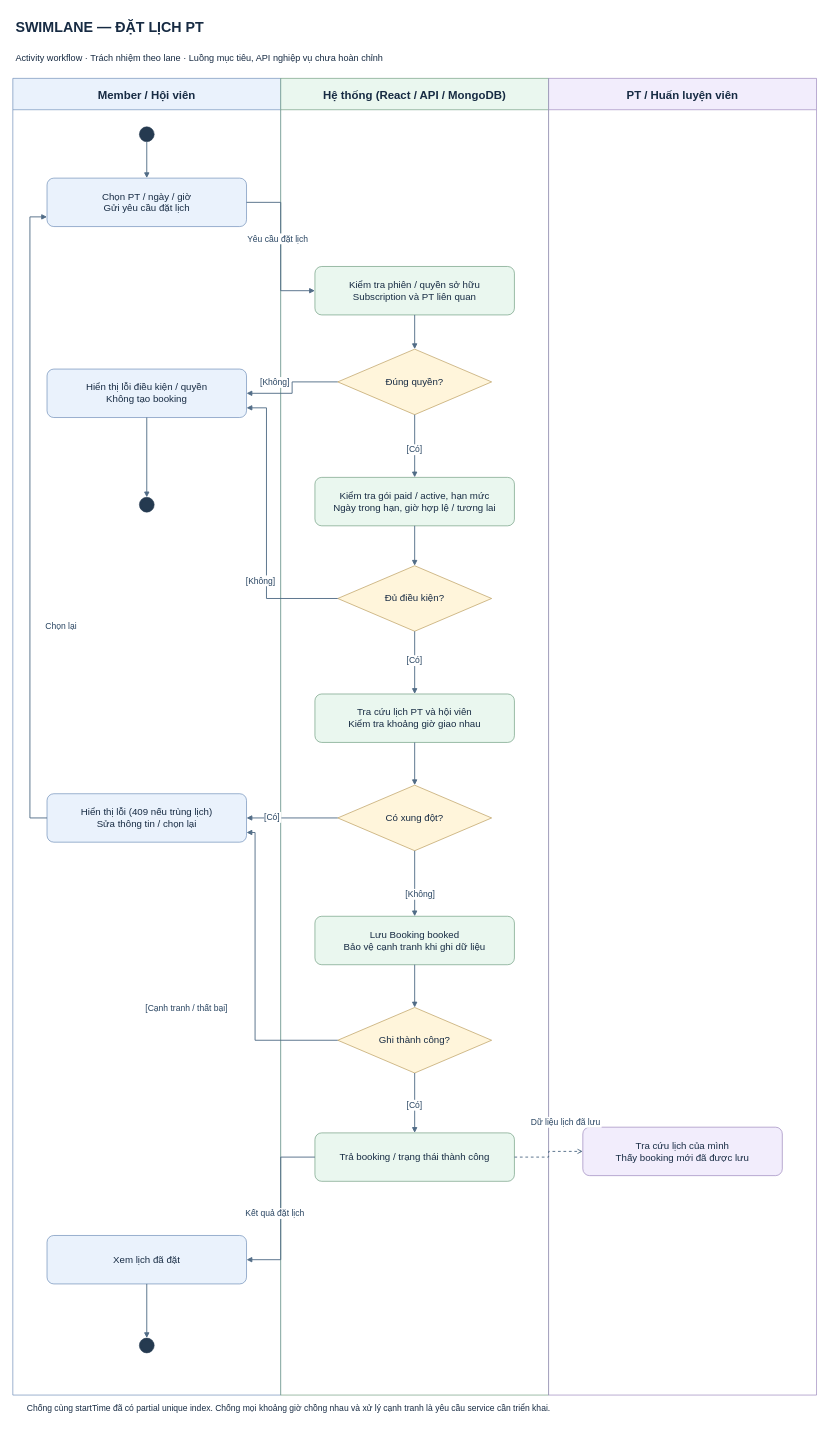
Above: docs/diagram/workflow-booking.drawio in Huy-Haru/ProjectSDN (draw.io), before the change. Source tidied: cells renumbered, new cells numbered last; positions are measured from the earlier drawing's top-left corner, leaving out a move shared by most shapes. Both pictures are drawn from the tidied source at 57%, with x=0, y=0 at pixel (10, 10).
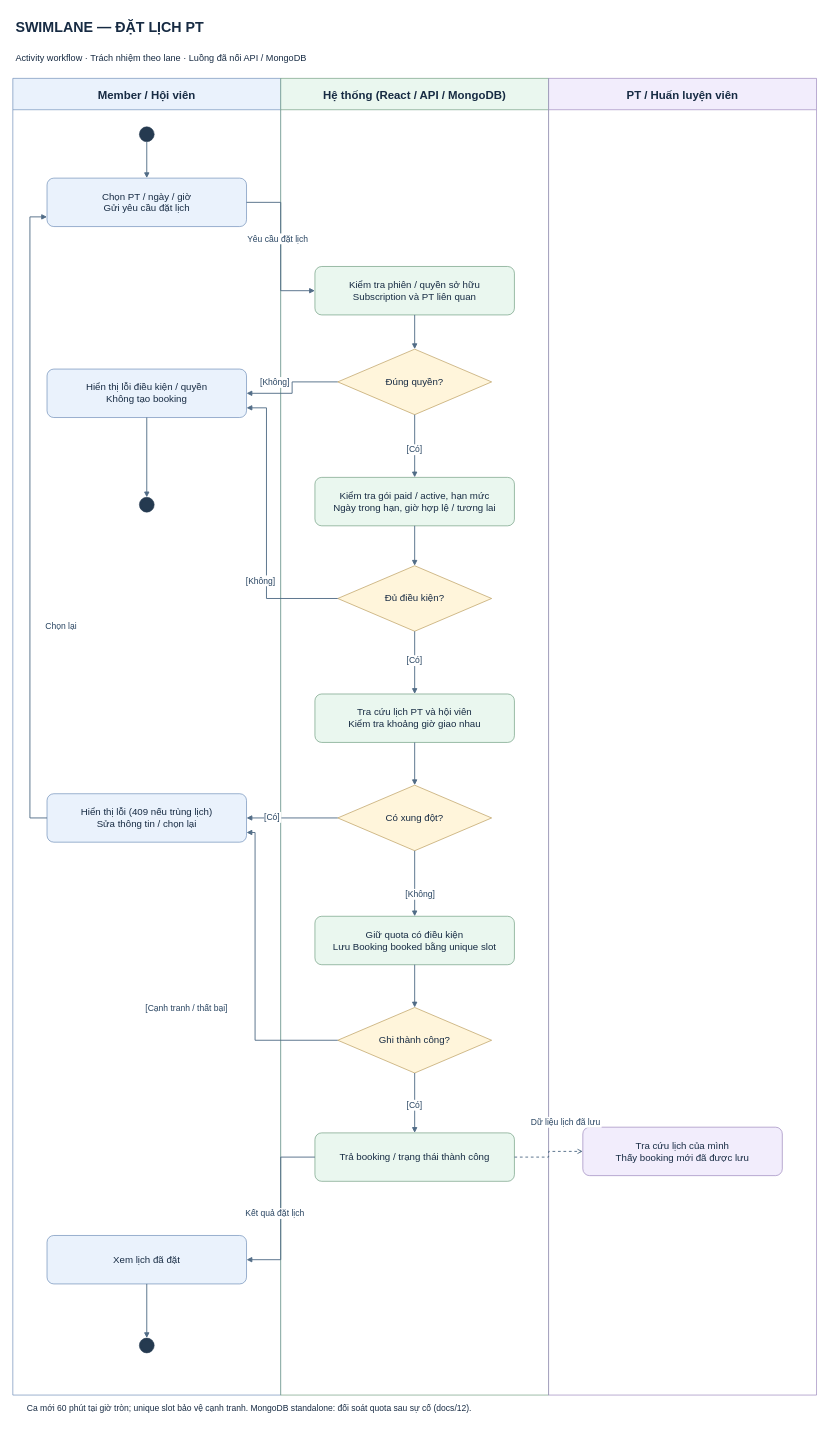
The same page after the edit.

Unchanged cells that the change refers to:
```xml
<mxCell id="5" value="Hệ thống (React / API / MongoDB)" style="html=0;whiteSpace=wrap;fontFamily=Arial;fontSize=17;fontColor=#172b43;strokeColor=#568a69;fillColor=#eaf7ef;spacing=10;shape=swimlane;horizontal=1;startSize=55;swimlaneFillColor=#ffffff;fontStyle=1;fontSize=20;" parent="1" vertex="1">
  <mxGeometry x="475" y="120" width="470" height="2310" as="geometry" />
</mxCell>
```

Diff of the diagram source:
```diff
@@
-    <mxCell id="3" value="Activity workflow · Trách nhiệm theo lane · Luồng mục tiêu, API nghiệp vụ chưa hoàn chỉnh" style="html=0;whiteSpace=wrap;fontFamily=Arial;fontSize=16;fontColor=#172b43;strokeColor=#5479aa;fillColor=#eaf2fc;spacing=10;text;fillColor=none;strokeColor=none;align=left;verticalAlign=top;" parent="1" vertex="1">
+    <mxCell id="3" value="Activity workflow · Trách nhiệm theo lane · Luồng đã nối API / MongoDB" style="html=0;whiteSpace=wrap;fontFamily=Arial;fontSize=16;fontColor=#172b43;strokeColor=#5479aa;fillColor=#eaf2fc;spacing=10;text;fillColor=none;strokeColor=none;align=left;verticalAlign=top;" parent="1" vertex="1">
       <mxGeometry y="60" width="1420" height="45" as="geometry" />
     </mxCell>
@@
-    <mxCell id="18" value="Lưu Booking booked&#10;Bảo vệ cạnh tranh khi ghi dữ liệu" style="html=0;whiteSpace=wrap;fontFamily=Arial;fontSize=17;fontColor=#172b43;strokeColor=#568a69;fillColor=#eaf7ef;spacing=10;rounded=1;arcSize=14;" parent="5" vertex="1">
+    <mxCell id="18" value="Giữ quota có điều kiện&#10;Lưu Booking booked bằng unique slot" style="html=0;whiteSpace=wrap;fontFamily=Arial;fontSize=17;fontColor=#172b43;strokeColor=#568a69;fillColor=#eaf7ef;spacing=10;rounded=1;arcSize=14;" parent="5" vertex="1">
       <mxGeometry x="60" y="1470" width="350" height="85" as="geometry" />
     </mxCell>
@@
-    <mxCell id="24" value="Chống cùng startTime đã có partial unique index. Chống mọi khoảng giờ chồng nhau và xử lý cạnh tranh là yêu cầu service cần triển khai." style="html=0;whiteSpace=wrap;fontFamily=Arial;fontSize=15;fontColor=#172b43;strokeColor=#5479aa;fillColor=#eaf2fc;spacing=10;text;fillColor=none;strokeColor=none;align=left;verticalAlign=top;" parent="1" vertex="1">
+    <mxCell id="24" value="Ca mới 60 phút tại giờ tròn; unique slot bảo vệ cạnh tranh. MongoDB standalone: đối soát quota sau sự cố (docs/12)." style="html=0;whiteSpace=wrap;fontFamily=Arial;fontSize=15;fontColor=#172b43;strokeColor=#5479aa;fillColor=#eaf2fc;spacing=10;text;fillColor=none;strokeColor=none;align=left;verticalAlign=top;" parent="1" vertex="1">
       <mxGeometry x="20" y="2430" width="1370" height="45" as="geometry" />
     </mxCell>
```
